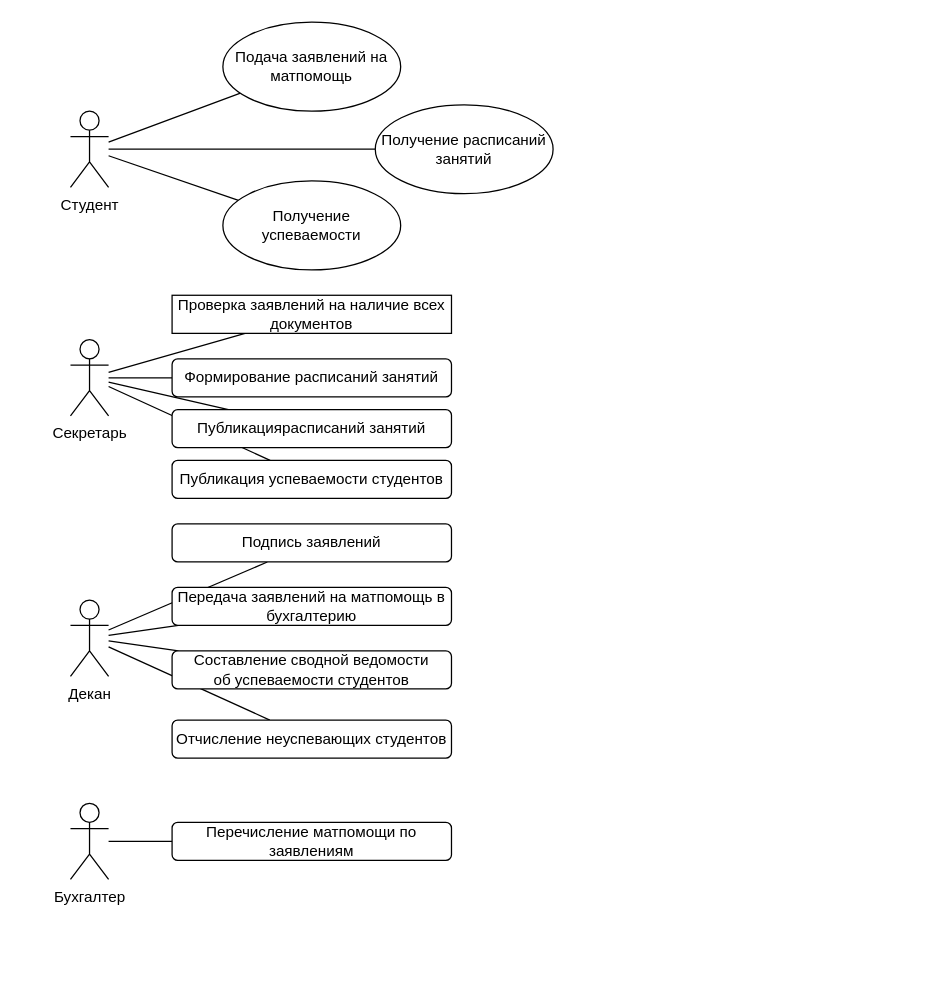
Before: Use Case.drawio in sothug/Loan-applications, a draw.io diagram. Source tidied: cells renumbered, new cells numbered last; positions are measured from the earlier drawing's top-left corner, leaving out a move shared by most shapes. Both pictures are drawn from the tidied source at 127%, with x=0, y=0 at pixel (70, 22).
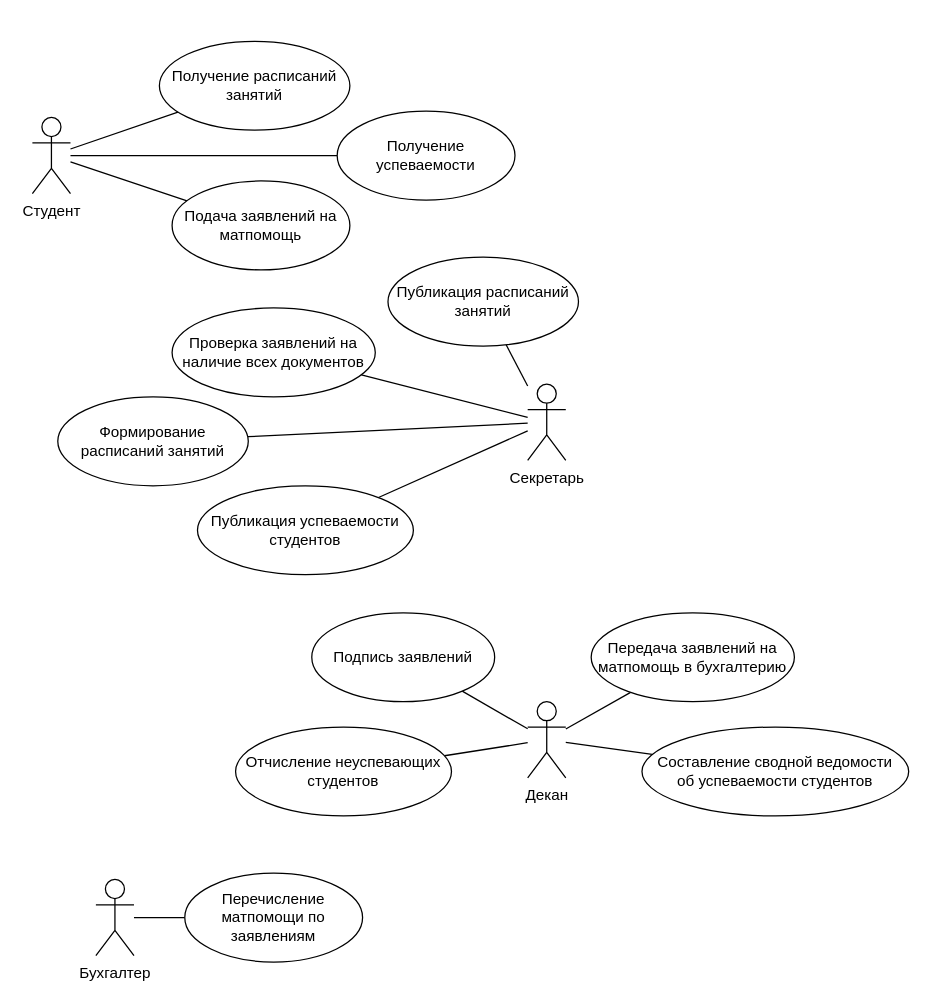
After the change.

What changed in the source:
```diff
@@
     <mxCell id="5" value="Студент" style="shape=umlActor;verticalLabelPosition=bottom;verticalAlign=top;html=1;outlineConnect=0;" parent="1" vertex="1">
-      <mxGeometry y="70" width="30" height="60" as="geometry" />
+      <mxGeometry x="-30" y="75" width="30" height="60" as="geometry" />
     </mxCell>
@@
     <mxCell id="9" value="Секретарь&lt;br&gt;" style="shape=umlActor;verticalLabelPosition=bottom;verticalAlign=top;html=1;outlineConnect=0;" parent="1" vertex="1">
-      <mxGeometry y="250" width="30" height="60" as="geometry" />
+      <mxGeometry x="360" y="285" width="30" height="60" as="geometry" />
     </mxCell>
-    <mxCell id="10" value="Проверка заявлений на наличие всех документов" style="whiteSpace=wrap;html=1;shadow=0;" parent="1" vertex="1">
-      <mxGeometry x="80" y="215" width="220" height="30" as="geometry" />
-    </mxCell>
-    <mxCell id="11" value="Формирование расписаний занятий" style="rounded=1;whiteSpace=wrap;html=1;" parent="1" vertex="1">
-      <mxGeometry x="80" y="265" width="220" height="30" as="geometry" />
-    </mxCell>
-    <mxCell id="12" value="Публикация успеваемости студентов" style="rounded=1;whiteSpace=wrap;html=1;" parent="1" vertex="1">
-      <mxGeometry x="80" y="345" width="220" height="30" as="geometry" />
-    </mxCell>
@@
     <mxCell id="17" value="Декан" style="shape=umlActor;verticalLabelPosition=bottom;verticalAlign=top;html=1;outlineConnect=0;" parent="1" vertex="1">
-      <mxGeometry y="455" width="30" height="60" as="geometry" />
+      <mxGeometry x="360" y="535" width="30" height="60" as="geometry" />
     </mxCell>
-    <mxCell id="18" value="Подпись заявлений" style="rounded=1;whiteSpace=wrap;html=1;" parent="1" vertex="1">
-      <mxGeometry x="80" y="395" width="220" height="30" as="geometry" />
-    </mxCell>
-    <mxCell id="19" value="Передача заявлений на матпомощь в бухгалтерию" style="rounded=1;whiteSpace=wrap;html=1;" parent="1" vertex="1">
-      <mxGeometry x="80" y="445" width="220" height="30" as="geometry" />
-    </mxCell>
-    <mxCell id="20" value="Составление сводной ведомости&lt;br&gt;об успеваемости студентов" style="rounded=1;whiteSpace=wrap;html=1;" parent="1" vertex="1">
-      <mxGeometry x="80" y="495" width="220" height="30" as="geometry" />
-    </mxCell>
-    <mxCell id="21" value="Отчисление неуспевающих студентов" style="rounded=1;whiteSpace=wrap;html=1;" parent="1" vertex="1">
-      <mxGeometry x="80" y="549.5" width="220" height="30" as="geometry" />
-    </mxCell>
     <mxCell id="22" value="Бухгалтер" style="shape=umlActor;verticalLabelPosition=bottom;verticalAlign=top;html=1;outlineConnect=0;" parent="1" vertex="1">
-      <mxGeometry y="615" width="30" height="60" as="geometry" />
+      <mxGeometry x="20" y="675" width="30" height="60" as="geometry" />
     </mxCell>
-    <mxCell id="23" value="Перечисление матпомощи по заявлениям" style="rounded=1;whiteSpace=wrap;html=1;" parent="1" vertex="1">
-      <mxGeometry x="80" y="630" width="220" height="30" as="geometry" />
-    </mxCell>
-    <mxCell id="24" style="rounded=0;jettySize=auto;html=1;entryX=0;entryY=0.5;entryDx=0;entryDy=0;endFill=0;endArrow=none;" parent="1" edge="1" source="22" target="23">
+    <mxCell id="24" style="rounded=0;jettySize=auto;html=1;endFill=0;endArrow=none;" parent="1" edge="1" source="22" target="23">
       <mxGeometry relative="1" as="geometry" />
     </mxCell>
     <mxCell id="25" value="Подача заявлений на матпомощь" style="ellipse;whiteSpace=wrap;html=1;shadow=0;" parent="1" vertex="1">
-      <mxGeometry x="120" width="140" height="70" as="geometry" />
+      <mxGeometry x="80" y="125" width="140" height="70" as="geometry" />
     </mxCell>
     <mxCell id="26" value="Получение расписаний занятий" style="ellipse;whiteSpace=wrap;html=1;shadow=0;" parent="1" vertex="1">
-      <mxGeometry x="240" y="65" width="140" height="70" as="geometry" />
+      <mxGeometry x="70" y="15" width="150" height="70" as="geometry" />
     </mxCell>
     <mxCell id="27" value="Получение успеваемости" style="ellipse;whiteSpace=wrap;html=1;shadow=0;" parent="1" vertex="1">
-      <mxGeometry x="120" y="125" width="140" height="70" as="geometry" />
+      <mxGeometry x="210" y="70" width="140" height="70" as="geometry" />
     </mxCell>
-    <mxCell id="28" style="edgeStyle=none;jettySize=auto;html=1;endArrow=none;endFill=0;strokeColor=default;" parent="1" edge="1" source="29" target="9">
+    <mxCell id="28" style="edgeStyle=none;jettySize=auto;html=1;endArrow=none;endFill=0;strokeColor=default;" parent="1" edge="1" source="30" target="9">
       <mxGeometry relative="1" as="geometry" />
     </mxCell>
-    <mxCell id="29" value="Публикациярасписаний занятий" style="rounded=1;whiteSpace=wrap;html=1;" parent="1" vertex="1">
-      <mxGeometry x="80" y="305" width="220" height="30" as="geometry" />
-    </mxCell>
+    <mxCell id="10" value="Проверка заявлений на наличие всех документов" style="ellipse;whiteSpace=wrap;html=1;" parent="1" vertex="1">
+      <mxGeometry x="80" y="225" width="160" height="70" as="geometry" />
+    </mxCell>
+    <mxCell id="11" value="Формирование расписаний занятий" style="ellipse;whiteSpace=wrap;html=1;" parent="1" vertex="1">
+      <mxGeometry x="-10" y="295" width="150" height="70" as="geometry" />
+    </mxCell>
+    <mxCell id="30" value="Публикация расписаний занятий" style="ellipse;whiteSpace=wrap;html=1;" parent="1" vertex="1">
+      <mxGeometry x="250" y="185" width="150" height="70" as="geometry" />
+    </mxCell>
+    <mxCell id="12" value="Публикация успеваемости студентов" style="ellipse;whiteSpace=wrap;html=1;" parent="1" vertex="1">
+      <mxGeometry x="100" y="365" width="170" height="70" as="geometry" />
+    </mxCell>
+    <mxCell id="18" value="Подпись заявлений" style="ellipse;whiteSpace=wrap;html=1;" parent="1" vertex="1">
+      <mxGeometry x="190" y="465" width="144" height="70" as="geometry" />
+    </mxCell>
+    <mxCell id="19" value="Передача заявлений на матпомощь в бухгалтерию" style="ellipse;whiteSpace=wrap;html=1;" parent="1" vertex="1">
+      <mxGeometry x="410" y="465" width="160" height="70" as="geometry" />
+    </mxCell>
+    <mxCell id="20" value="Составление сводной ведомости&lt;br&gt;об успеваемости студентов" style="ellipse;whiteSpace=wrap;html=1;" parent="1" vertex="1">
+      <mxGeometry x="450" y="555" width="210" height="70" as="geometry" />
+    </mxCell>
+    <mxCell id="21" value="Отчисление неуспевающих студентов" style="ellipse;whiteSpace=wrap;html=1;" parent="1" vertex="1">
+      <mxGeometry x="130" y="555" width="170" height="70" as="geometry" />
+    </mxCell>
+    <mxCell id="23" value="Перечисление матпомощи по заявлениям" style="ellipse;whiteSpace=wrap;html=1;" parent="1" vertex="1">
+      <mxGeometry x="90" y="670" width="140" height="70" as="geometry" />
+    </mxCell>
```
